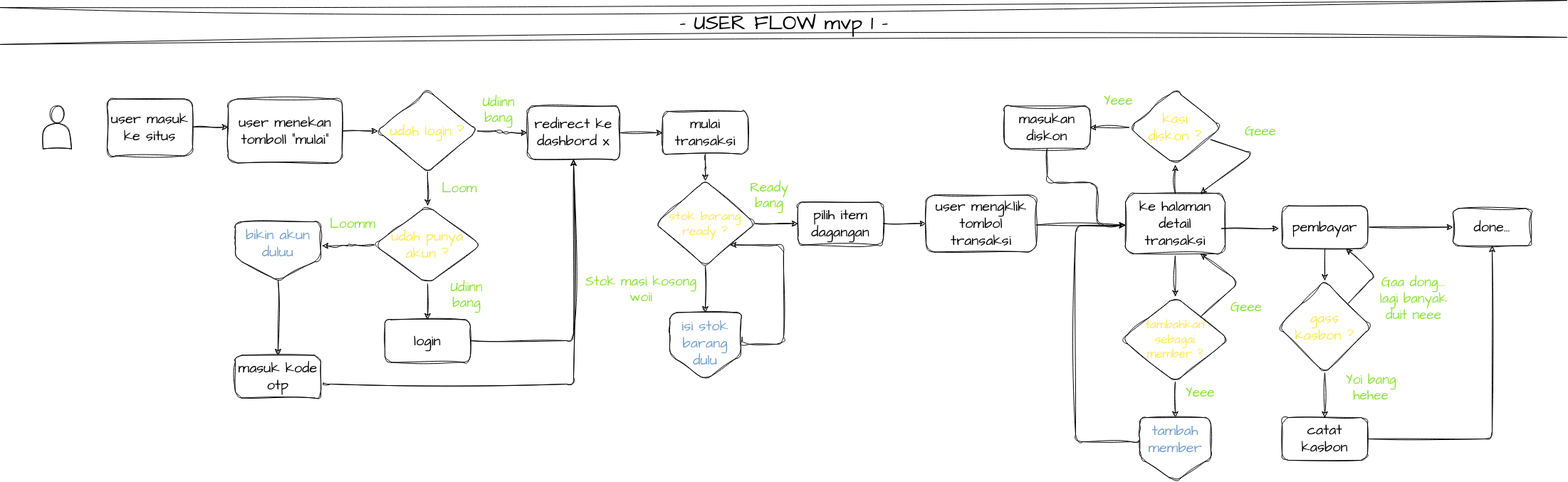
The draw.io diagram Untitled Diagram.drawio.png in Petrichor-Dev/mypos, before a commit. Source tidied: cells renumbered, new cells last; positions are measured from the earlier drawing's top-left corner, leaving out a move shared by most shapes.
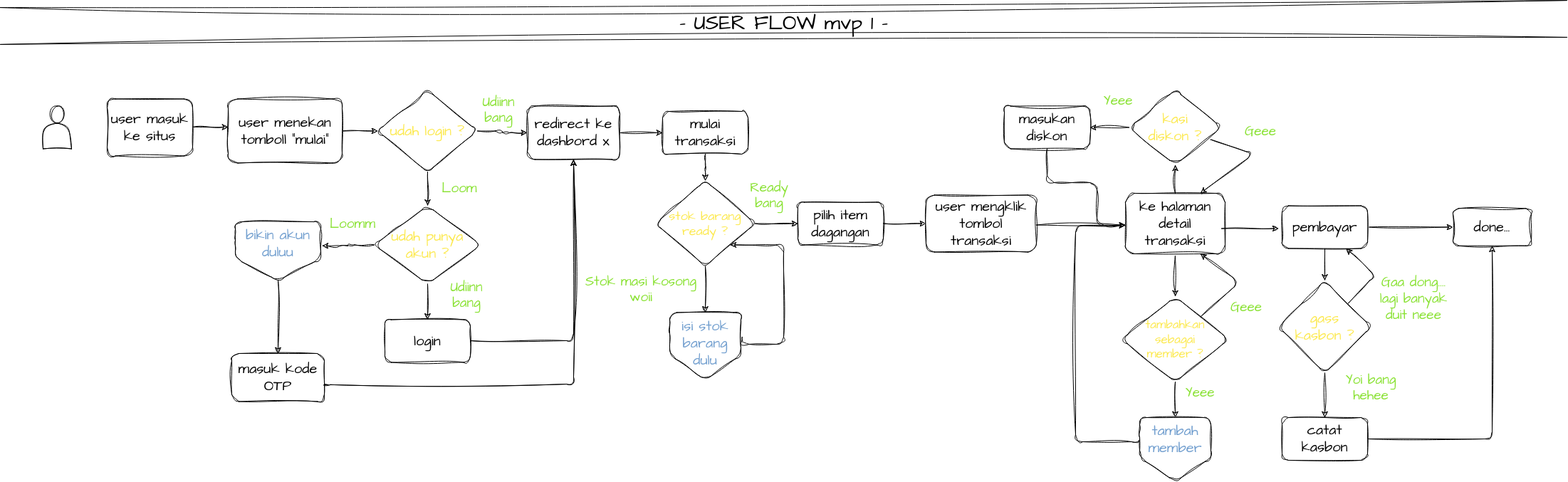
Above is the later version.

What changed in the source:
```diff
@@ -72,8 +72,8 @@
     <mxCell id="22" style="edgeStyle=orthogonalEdgeStyle;rounded=1;sketch=1;hachureGap=4;jiggle=2;curveFitting=1;jettySize=auto;html=1;fontFamily=Architects Daughter;fontSource=https%3A%2F%2Ffonts.googleapis.com%2Fcss%3Ffamily%3DArchitects%2BDaughter;fontSize=20;labelBackgroundColor=none;fontColor=default;exitX=0.5;exitY=1;exitDx=0;exitDy=0;" parent="1" edge="1" source="70" target="23">
       <mxGeometry relative="1" as="geometry" />
     </mxCell>
-    <mxCell id="23" value="masuk kode otp" style="whiteSpace=wrap;html=1;fontSize=20;fontFamily=Architects Daughter;rounded=1;sketch=1;curveFitting=1;jiggle=2;hachureGap=4;fontSource=https%3A%2F%2Ffonts.googleapis.com%2Fcss%3Ffamily%3DArchitects%2BDaughter;labelBackgroundColor=none;" parent="1" vertex="1">
-      <mxGeometry x="330" y="472.5" width="120" height="60" as="geometry" />
+    <mxCell id="23" value="masuk kode OTP" style="whiteSpace=wrap;html=1;fontSize=20;fontFamily=Architects Daughter;rounded=1;sketch=1;curveFitting=1;jiggle=2;hachureGap=4;fontSource=https%3A%2F%2Ffonts.googleapis.com%2Fcss%3Ffamily%3DArchitects%2BDaughter;labelBackgroundColor=none;" parent="1" vertex="1">
+      <mxGeometry x="325" y="470" width="130" height="67.5" as="geometry" />
     </mxCell>
     <mxCell id="24" style="edgeStyle=orthogonalEdgeStyle;rounded=1;sketch=1;hachureGap=4;jiggle=2;curveFitting=1;jettySize=auto;html=1;fontFamily=Architects Daughter;fontSource=https%3A%2F%2Ffonts.googleapis.com%2Fcss%3Ffamily%3DArchitects%2BDaughter;fontSize=17;exitX=1.033;exitY=0.65;exitDx=0;exitDy=0;exitPerimeter=0;labelBackgroundColor=none;fontColor=default;entryX=0.5;entryY=1;entryDx=0;entryDy=0;" parent="1" edge="1" source="23" target="15">
       <mxGeometry relative="1" as="geometry">
```
